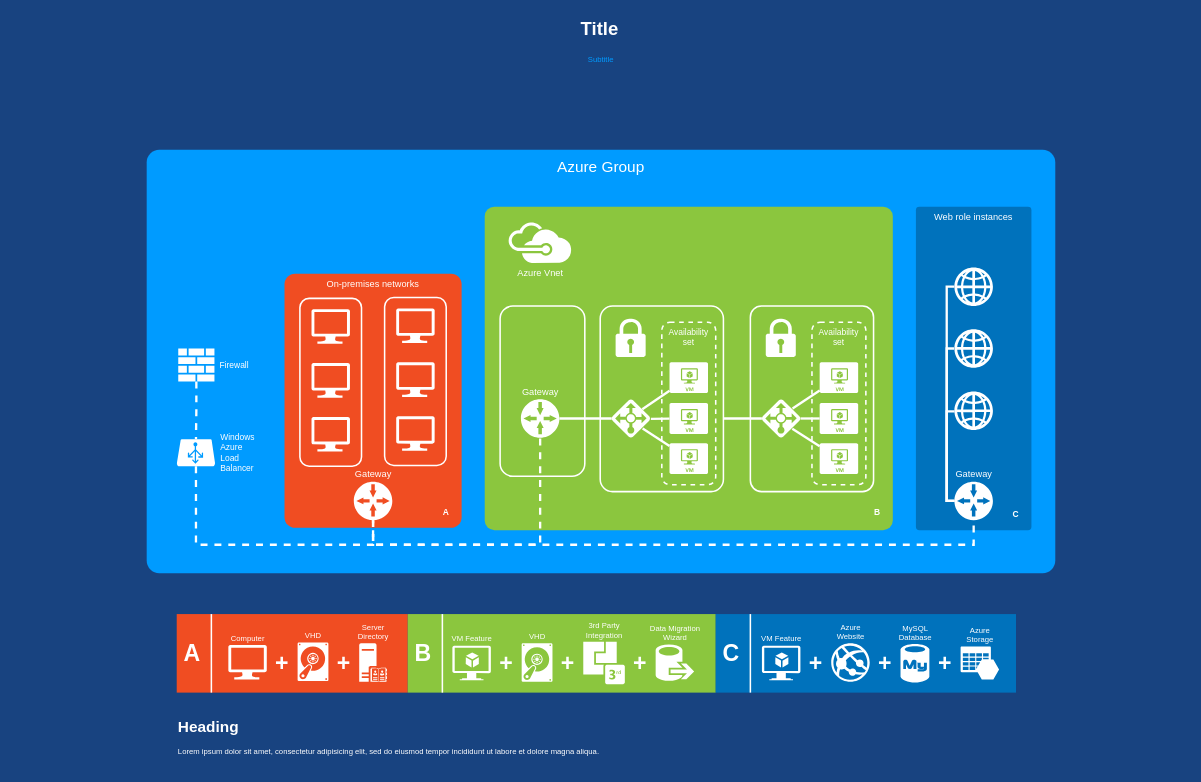
Earlier version of the draw.io diagram draw/Untitled Diagram.drawio (ZeAntonioNMF/management). Source tidied: cells renumbered, new cells numbered last; positions are measured from the earlier drawing's top-left corner, leaving out a move shared by most shapes. Both pictures are drawn from the tidied source at 77%, with x=0, y=0 at pixel (13, 13).
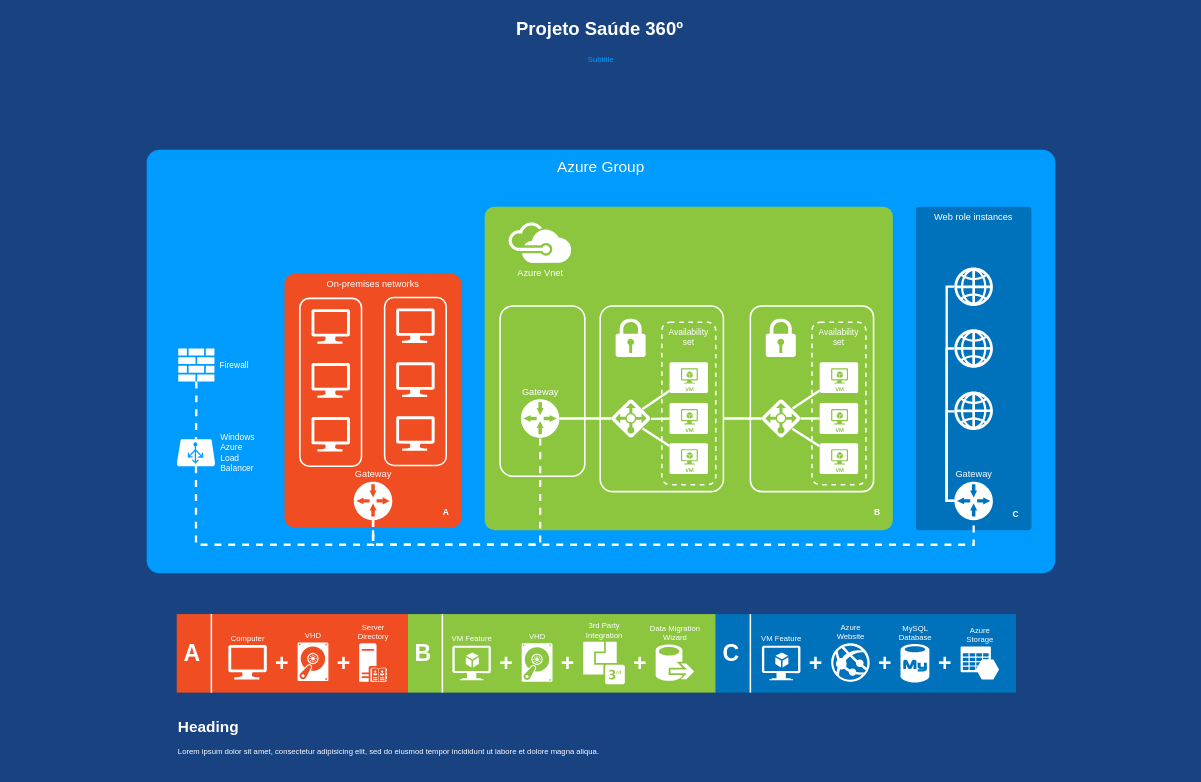
After the change.

The edit, as a diff of the source:
```diff
@@
-    <mxCell id="83" value="Title" style="text;strokeColor=none;fillColor=none;html=1;fontSize=24;fontStyle=1;verticalAlign=middle;align=center;rounded=0;shadow=0;fontColor=#FFFFFF;" parent="1" vertex="1">
+    <mxCell id="83" value="Projeto Saúde 360º" style="text;strokeColor=none;fillColor=none;html=1;fontSize=24;fontStyle=1;verticalAlign=middle;align=center;rounded=0;shadow=0;fontColor=#FFFFFF;" parent="1" vertex="1">
       <mxGeometry x="6" width="1510" height="40" as="geometry" />
     </mxCell>
```
